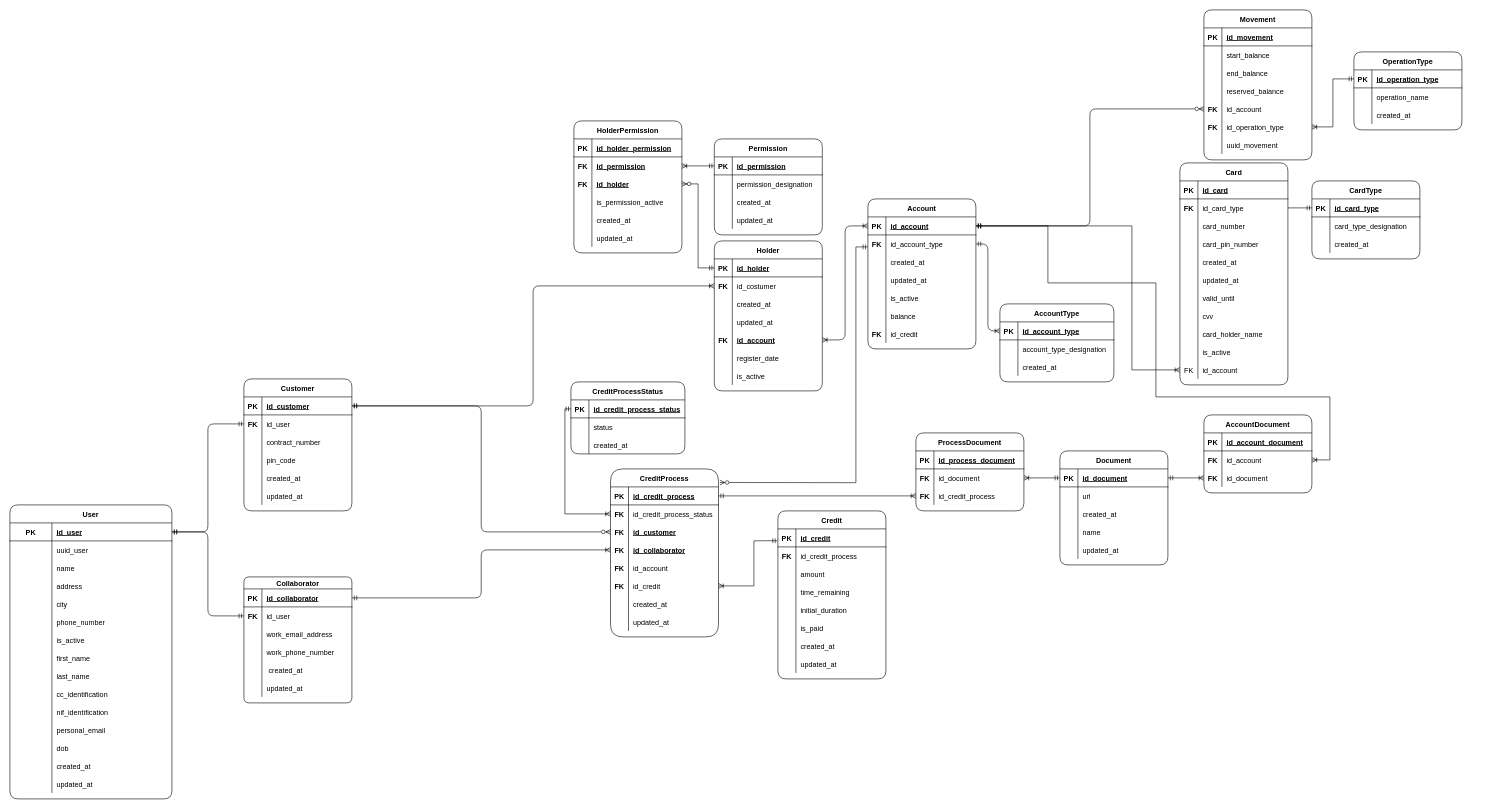
This is page "Modelo Relacional" (2 of 2) of Untitled Diagram.drawio from pedro7161/Ciencia_dos_Dados_TP1_Base-de-dados, a draw.io file, before an edit. Source tidied: cells renumbered, new cells numbered last; positions are measured from the earlier drawing's top-left corner, leaving out a move shared by most shapes. Both pictures are drawn from the tidied source at 60%, with x=0, y=0 at pixel (10, 10).
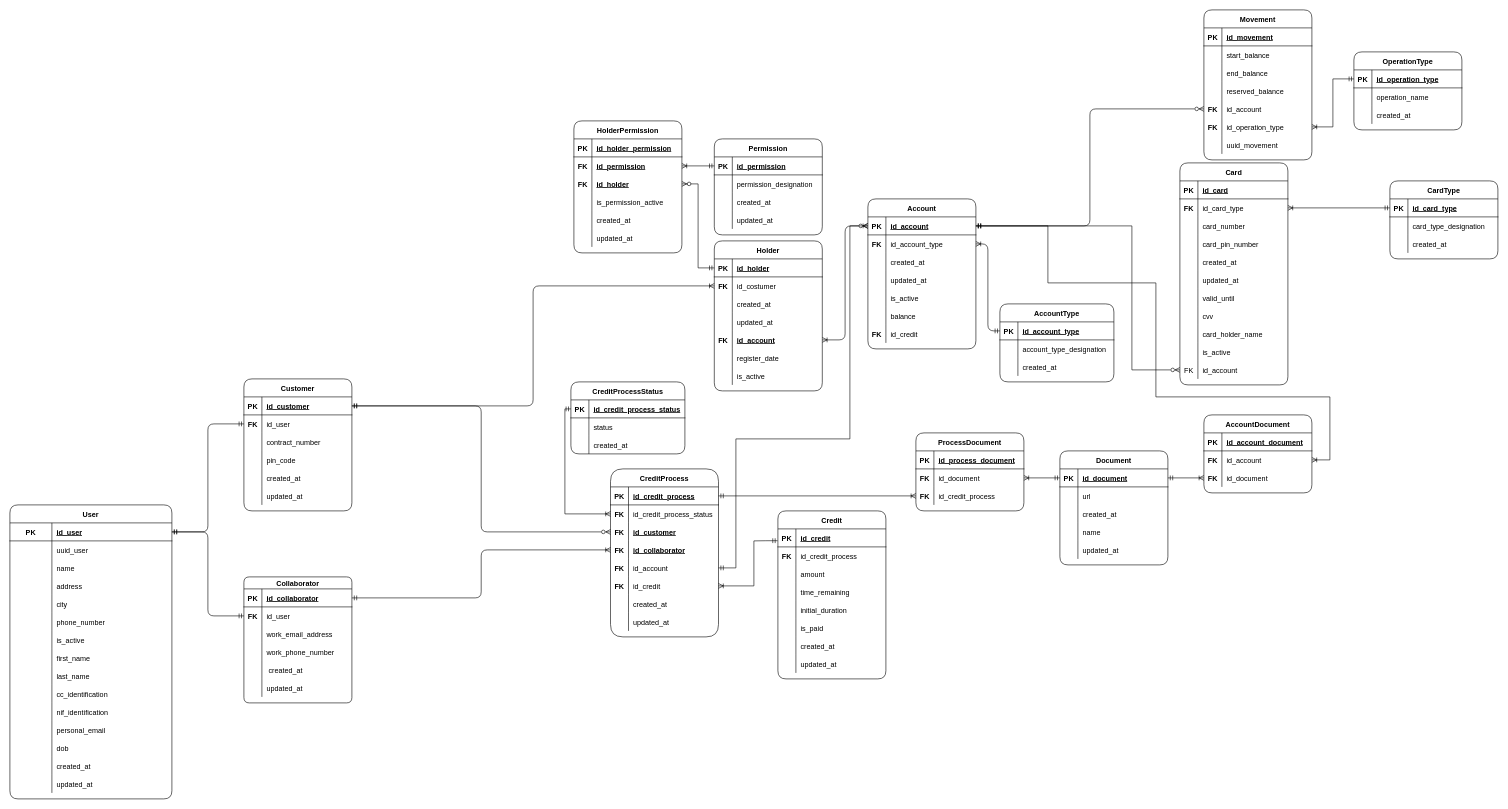
Above is the later version.

The change refers to these unchanged cells:
```xml
<mxCell id="28" style="shape=tableRow;horizontal=0;startSize=0;swimlaneHead=0;swimlaneBody=0;fillColor=none;points=[[0,0.5],[1,0.5]];portConstraint=eastwest;top=0;left=0;right=0;bottom=1;rounded=1;" parent="27" vertex="1">
  <mxGeometry y="30" width="190" height="30" as="geometry" />
</mxCell>
<mxCell id="73" style="shape=tableRow;horizontal=0;startSize=0;swimlaneHead=0;swimlaneBody=0;fillColor=none;points=[[0,0.5],[1,0.5]];portConstraint=eastwest;top=0;left=0;right=0;bottom=1;rounded=1;" parent="72" vertex="1">
  <mxGeometry y="30" width="180" height="30" as="geometry" />
</mxCell>
<mxCell id="76" style="shape=tableRow;horizontal=0;startSize=0;swimlaneHead=0;swimlaneBody=0;fillColor=none;points=[[0,0.5],[1,0.5]];portConstraint=eastwest;top=0;left=0;right=0;bottom=0;rounded=1;" parent="72" vertex="1">
  <mxGeometry y="60" width="180" height="30" as="geometry" />
</mxCell>
<mxCell id="132" value="CreditProcess" style="shape=table;startSize=30;childLayout=tableLayout;rowLines=0;fontStyle=1;align=center;rounded=1;arcSize=23;" parent="1" vertex="1">
  <mxGeometry x="1001" y="765" width="180" height="280" as="geometry" />
</mxCell>
<mxCell id="145" style="shape=tableRow;horizontal=0;startSize=0;swimlaneHead=0;swimlaneBody=0;fillColor=none;points=[[0,0.5],[1,0.5]];portConstraint=eastwest;top=0;left=0;right=0;bottom=0;rounded=1;" parent="132" vertex="1">
  <mxGeometry y="150" width="180" height="30" as="geometry" />
</mxCell>
<mxCell id="225" style="shape=tableRow;horizontal=0;startSize=0;swimlaneHead=0;swimlaneBody=0;fillColor=none;points=[[0,0.5],[1,0.5]];portConstraint=eastwest;top=0;left=0;right=0;bottom=0;rounded=1;" parent="221" vertex="1">
  <mxGeometry y="60" width="180" height="30" as="geometry" />
</mxCell>
<mxCell id="252" style="shape=tableRow;horizontal=0;startSize=0;swimlaneHead=0;swimlaneBody=0;fillColor=none;points=[[0,0.5],[1,0.5]];portConstraint=eastwest;top=0;left=0;right=0;bottom=0;rounded=1;" parent="221" vertex="1">
  <mxGeometry y="330" width="180" height="30" as="geometry" />
</mxCell>
<mxCell id="279" style="shape=tableRow;horizontal=0;startSize=0;swimlaneHead=0;swimlaneBody=0;fillColor=none;points=[[0,0.5],[1,0.5]];portConstraint=eastwest;top=0;left=0;right=0;bottom=1;rounded=1;" parent="278" vertex="1">
  <mxGeometry y="30" width="180" height="30" as="geometry" />
</mxCell>
```

The edit, as a diff of the source:
```diff
@@
-    <mxCell id="220" style="edgeStyle=orthogonalEdgeStyle;jettySize=auto;html=1;entryX=0;entryY=0.5;entryDx=0;entryDy=0;endArrow=ERoneToMany;endFill=0;startArrow=ERmandOne;startFill=0;" parent="1" edge="1" source="76" target="28">
+    <mxCell id="220" style="edgeStyle=orthogonalEdgeStyle;jettySize=auto;html=1;entryX=0;entryY=0.5;entryDx=0;entryDy=0;endArrow=ERmandOne;endFill=0;startArrow=ERoneToMany;startFill=0;" parent="1" edge="1" source="76" target="28">
       <mxGeometry relative="1" as="geometry" />
     </mxCell>
@@
     <mxCell id="278" value="CardType" style="shape=table;startSize=30;childLayout=tableLayout;rowLines=0;fontStyle=1;align=center;rounded=1;" parent="1" vertex="1">
-      <mxGeometry x="2170" y="285" width="180" height="130" as="geometry" />
+      <mxGeometry x="2300" y="285" width="180" height="130" as="geometry" />
     </mxCell>
@@
-    <mxCell id="288" style="edgeStyle=orthogonalEdgeStyle;jettySize=auto;html=1;entryX=0;entryY=0.5;entryDx=0;entryDy=0;endArrow=ERmandOne;endFill=0;exitX=1;exitY=0.5;exitDx=0;exitDy=0;" parent="1" edge="1" source="225" target="279">
+    <mxCell id="288" style="edgeStyle=orthogonalEdgeStyle;jettySize=auto;html=1;entryX=0;entryY=0.5;entryDx=0;entryDy=0;endArrow=ERmandOne;endFill=0;exitX=1;exitY=0.5;exitDx=0;exitDy=0;startArrow=ERoneToMany;startFill=0;" parent="1" edge="1" source="225" target="279">
       <mxGeometry relative="1" as="geometry" />
     </mxCell>
@@
-    <mxCell id="339" style="rounded=0;jettySize=auto;html=1;startArrow=ERmandOne;startFill=0;endArrow=ERoneToMany;endFill=0;exitX=1;exitY=0.5;exitDx=0;exitDy=0;entryX=0;entryY=0.5;entryDx=0;entryDy=0;edgeStyle=orthogonalEdgeStyle;" parent="1" edge="1" source="73" target="252">
+    <mxCell id="339" style="rounded=0;jettySize=auto;html=1;startArrow=ERmandOne;startFill=0;endArrow=ERzeroToMany;endFill=0;exitX=1;exitY=0.5;exitDx=0;exitDy=0;entryX=0;entryY=0.5;entryDx=0;entryDy=0;edgeStyle=orthogonalEdgeStyle;" parent="1" edge="1" source="73" target="252">
       <mxGeometry relative="1" as="geometry">
         <Array as="points">
           <mxPoint x="1870" y="360" />
           <mxPoint x="1870" y="600" />
         </Array>
       </mxGeometry>
     </mxCell>
@@
-    <mxCell id="382" style="edgeStyle=orthogonalEdgeStyle;fontSize=12;html=1;endArrow=ERmandOne;startArrow=ERzeroToMany;rounded=0;strokeColor=default;endFill=0;startFill=0;exitX=1.013;exitY=0.081;exitDx=0;exitDy=0;exitPerimeter=0;" parent="1" edge="1" source="132">
+    <mxCell id="382" style="edgeStyle=orthogonalEdgeStyle;fontSize=12;html=1;endArrow=ERmandOne;startArrow=ERzeroToMany;rounded=0;strokeColor=default;endFill=0;startFill=0;exitX=0;exitY=0.5;exitDx=0;exitDy=0;entryX=1;entryY=0.5;entryDx=0;entryDy=0;" parent="1" edge="1" source="73" target="145">
       <mxGeometry relative="1" as="geometry">
-        <mxPoint x="1430" y="395" as="targetPoint" />
         <Array as="points">
-          <mxPoint x="1230" y="788" />
-          <mxPoint x="1410" y="788" />
-          <mxPoint x="1410" y="395" />
+          <mxPoint x="1400" y="360" />
+          <mxPoint x="1400" y="715" />
+          <mxPoint x="1210" y="715" />
+          <mxPoint x="1210" y="930" />
         </Array>
       </mxGeometry>
     </mxCell>
```
